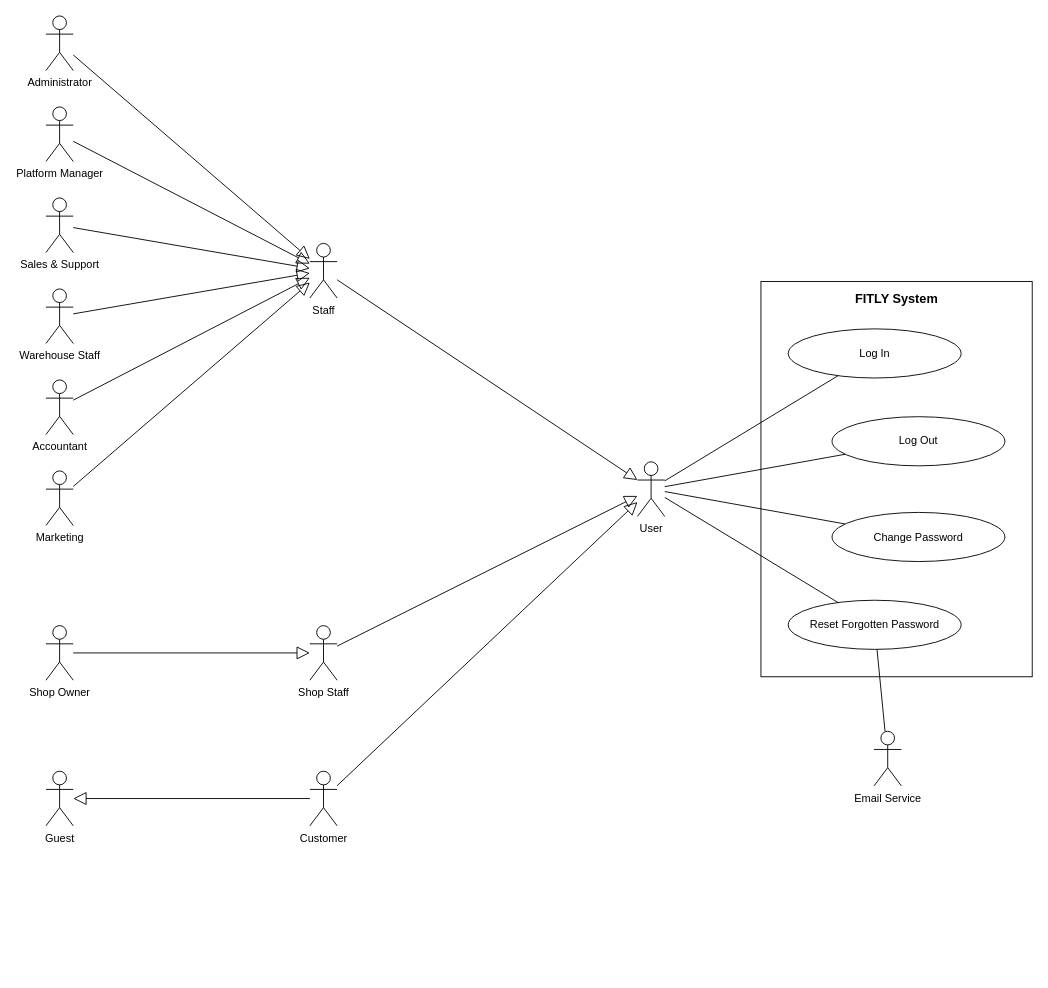
This is page "Authentication & Actor Hierarchy" (1 of 24) of docs/design/usecase/FITLY-usecase.drawio from vietcachep/eco_fashion_be, a draw.io file, before an edit. Source tidied: cells renumbered, new cells numbered last; positions are measured from the earlier drawing's top-left corner, leaving out a move shared by most shapes. Both pictures are drawn from the tidied source at 91%, with x=0, y=0 at pixel (46, 15).
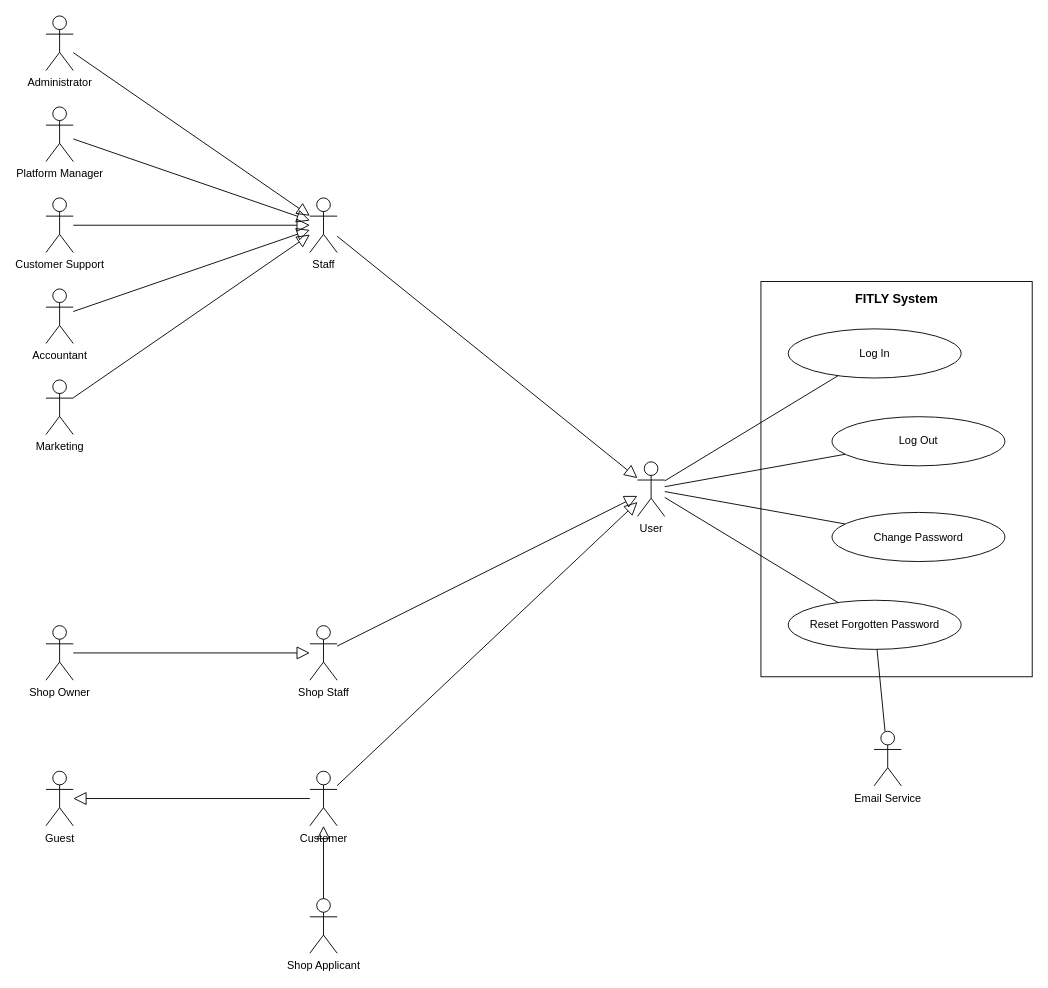
Above is the later version.

The change refers to these unchanged cells:
```xml
<mxCell id="7" value="Administrator" style="shape=umlActor;verticalLabelPosition=bottom;verticalAlign=top;html=1;outlineConnect=0;" parent="1" vertex="1">
  <mxGeometry width="30" height="60" as="geometry" />
</mxCell>
<mxCell id="8" value="Platform Manager" style="shape=umlActor;verticalLabelPosition=bottom;verticalAlign=top;html=1;outlineConnect=0;" parent="1" vertex="1">
  <mxGeometry y="100" width="30" height="60" as="geometry" />
</mxCell>
<mxCell id="18" value="User" style="shape=umlActor;verticalLabelPosition=bottom;verticalAlign=top;html=1;outlineConnect=0;" parent="1" vertex="1">
  <mxGeometry x="650" y="490" width="30" height="60" as="geometry" />
</mxCell>
```

The edit, as a diff of the source:
```diff
@@
-    <mxCell id="9" value="Sales &amp; Support" style="shape=umlActor;verticalLabelPosition=bottom;verticalAlign=top;html=1;outlineConnect=0;" parent="1" vertex="1">
+    <mxCell id="9" value="Customer Support" style="shape=umlActor;verticalLabelPosition=bottom;verticalAlign=top;html=1;outlineConnect=0;" parent="1" vertex="1">
       <mxGeometry y="200" width="30" height="60" as="geometry" />
     </mxCell>
-    <mxCell id="10" value="Warehouse Staff" style="shape=umlActor;verticalLabelPosition=bottom;verticalAlign=top;html=1;outlineConnect=0;" parent="1" vertex="1">
+    <mxCell id="10" value="Accountant" style="shape=umlActor;verticalLabelPosition=bottom;verticalAlign=top;html=1;outlineConnect=0;" parent="1" vertex="1">
       <mxGeometry y="300" width="30" height="60" as="geometry" />
     </mxCell>
-    <mxCell id="11" value="Accountant" style="shape=umlActor;verticalLabelPosition=bottom;verticalAlign=top;html=1;outlineConnect=0;" parent="1" vertex="1">
+    <mxCell id="11" value="Marketing" style="shape=umlActor;verticalLabelPosition=bottom;verticalAlign=top;html=1;outlineConnect=0;" parent="1" vertex="1">
       <mxGeometry y="400" width="30" height="60" as="geometry" />
     </mxCell>
-    <mxCell id="12" value="Marketing" style="shape=umlActor;verticalLabelPosition=bottom;verticalAlign=top;html=1;outlineConnect=0;" parent="1" vertex="1">
-      <mxGeometry y="500" width="30" height="60" as="geometry" />
+    <mxCell id="12" value="Staff" style="shape=umlActor;verticalLabelPosition=bottom;verticalAlign=top;html=1;outlineConnect=0;" parent="1" vertex="1">
+      <mxGeometry x="290" y="200" width="30" height="60" as="geometry" />
     </mxCell>
-    <mxCell id="13" value="Staff" style="shape=umlActor;verticalLabelPosition=bottom;verticalAlign=top;html=1;outlineConnect=0;" parent="1" vertex="1">
-      <mxGeometry x="290" y="250" width="30" height="60" as="geometry" />
+    <mxCell id="13" value="Shop Owner" style="shape=umlActor;verticalLabelPosition=bottom;verticalAlign=top;html=1;outlineConnect=0;" parent="1" vertex="1">
+      <mxGeometry y="670" width="30" height="60" as="geometry" />
     </mxCell>
-    <mxCell id="14" value="Shop Owner" style="shape=umlActor;verticalLabelPosition=bottom;verticalAlign=top;html=1;outlineConnect=0;" parent="1" vertex="1">
-      <mxGeometry y="670" width="30" height="60" as="geometry" />
+    <mxCell id="14" value="Shop Staff" style="shape=umlActor;verticalLabelPosition=bottom;verticalAlign=top;html=1;outlineConnect=0;" parent="1" vertex="1">
+      <mxGeometry x="290" y="670" width="30" height="60" as="geometry" />
     </mxCell>
-    <mxCell id="15" value="Shop Staff" style="shape=umlActor;verticalLabelPosition=bottom;verticalAlign=top;html=1;outlineConnect=0;" parent="1" vertex="1">
-      <mxGeometry x="290" y="670" width="30" height="60" as="geometry" />
+    <mxCell id="15" value="Customer" style="shape=umlActor;verticalLabelPosition=bottom;verticalAlign=top;html=1;outlineConnect=0;" parent="1" vertex="1">
+      <mxGeometry x="290" y="830" width="30" height="60" as="geometry" />
     </mxCell>
-    <mxCell id="16" value="Customer" style="shape=umlActor;verticalLabelPosition=bottom;verticalAlign=top;html=1;outlineConnect=0;" parent="1" vertex="1">
-      <mxGeometry x="290" y="830" width="30" height="60" as="geometry" />
+    <mxCell id="16" value="Guest" style="shape=umlActor;verticalLabelPosition=bottom;verticalAlign=top;html=1;outlineConnect=0;" parent="1" vertex="1">
+      <mxGeometry y="830" width="30" height="60" as="geometry" />
     </mxCell>
-    <mxCell id="17" value="Guest" style="shape=umlActor;verticalLabelPosition=bottom;verticalAlign=top;html=1;outlineConnect=0;" parent="1" vertex="1">
-      <mxGeometry y="830" width="30" height="60" as="geometry" />
+    <mxCell id="17" value="Shop Applicant" style="shape=umlActor;verticalLabelPosition=bottom;verticalAlign=top;html=1;outlineConnect=0;" parent="1" vertex="1">
+      <mxGeometry x="290" y="970" width="30" height="60" as="geometry" />
     </mxCell>
@@
-    <mxCell id="20" style="edgeStyle=none;html=1;rounded=0;endArrow=block;endFill=0;endSize=12;" parent="1" edge="1" source="7" target="13">
+    <mxCell id="20" style="edgeStyle=none;html=1;rounded=0;endArrow=block;endFill=0;endSize=12;" parent="1" edge="1" source="7" target="12">
       <mxGeometry relative="1" as="geometry" />
     </mxCell>
-    <mxCell id="21" style="edgeStyle=none;html=1;rounded=0;endArrow=block;endFill=0;endSize=12;" parent="1" edge="1" source="8" target="13">
+    <mxCell id="21" style="edgeStyle=none;html=1;rounded=0;endArrow=block;endFill=0;endSize=12;" parent="1" edge="1" source="8" target="12">
       <mxGeometry relative="1" as="geometry" />
     </mxCell>
-    <mxCell id="22" style="edgeStyle=none;html=1;rounded=0;endArrow=block;endFill=0;endSize=12;" parent="1" edge="1" source="9" target="13">
+    <mxCell id="22" style="edgeStyle=none;html=1;rounded=0;endArrow=block;endFill=0;endSize=12;" parent="1" edge="1" source="9" target="12">
       <mxGeometry relative="1" as="geometry" />
     </mxCell>
-    <mxCell id="23" style="edgeStyle=none;html=1;rounded=0;endArrow=block;endFill=0;endSize=12;" parent="1" edge="1" source="10" target="13">
+    <mxCell id="23" style="edgeStyle=none;html=1;rounded=0;endArrow=block;endFill=0;endSize=12;" parent="1" edge="1" source="10" target="12">
       <mxGeometry relative="1" as="geometry" />
     </mxCell>
-    <mxCell id="24" style="edgeStyle=none;html=1;rounded=0;endArrow=block;endFill=0;endSize=12;" parent="1" edge="1" source="11" target="13">
+    <mxCell id="24" style="edgeStyle=none;html=1;rounded=0;endArrow=block;endFill=0;endSize=12;" parent="1" edge="1" source="11" target="12">
       <mxGeometry relative="1" as="geometry" />
     </mxCell>
-    <mxCell id="25" style="edgeStyle=none;html=1;rounded=0;endArrow=block;endFill=0;endSize=12;" parent="1" edge="1" source="12" target="13">
+    <mxCell id="25" style="edgeStyle=none;html=1;rounded=0;endArrow=block;endFill=0;endSize=12;" parent="1" edge="1" source="13" target="14">
       <mxGeometry relative="1" as="geometry" />
     </mxCell>
-    <mxCell id="26" style="edgeStyle=none;html=1;rounded=0;endArrow=block;endFill=0;endSize=12;" parent="1" edge="1" source="14" target="15">
+    <mxCell id="26" style="edgeStyle=none;html=1;rounded=0;endArrow=block;endFill=0;endSize=12;" parent="1" edge="1" source="15" target="16">
       <mxGeometry relative="1" as="geometry" />
     </mxCell>
-    <mxCell id="27" style="edgeStyle=none;html=1;rounded=0;endArrow=block;endFill=0;endSize=12;" parent="1" edge="1" source="16" target="17">
+    <mxCell id="27" style="edgeStyle=none;html=1;rounded=0;endArrow=block;endFill=0;endSize=12;" parent="1" edge="1" source="17" target="15">
       <mxGeometry relative="1" as="geometry" />
     </mxCell>
-    <mxCell id="28" style="edgeStyle=none;html=1;rounded=0;endArrow=block;endFill=0;endSize=12;" parent="1" edge="1" source="13" target="18">
+    <mxCell id="28" style="edgeStyle=none;html=1;rounded=0;endArrow=block;endFill=0;endSize=12;" parent="1" edge="1" source="12" target="18">
       <mxGeometry relative="1" as="geometry" />
     </mxCell>
-    <mxCell id="29" style="edgeStyle=none;html=1;rounded=0;endArrow=block;endFill=0;endSize=12;" parent="1" edge="1" source="15" target="18">
+    <mxCell id="29" style="edgeStyle=none;html=1;rounded=0;endArrow=block;endFill=0;endSize=12;" parent="1" edge="1" source="14" target="18">
       <mxGeometry relative="1" as="geometry" />
     </mxCell>
-    <mxCell id="30" style="edgeStyle=none;html=1;rounded=0;endArrow=block;endFill=0;endSize=12;" parent="1" edge="1" source="16" target="18">
+    <mxCell id="30" style="edgeStyle=none;html=1;rounded=0;endArrow=block;endFill=0;endSize=12;" parent="1" edge="1" source="15" target="18">
       <mxGeometry relative="1" as="geometry" />
     </mxCell>
```
